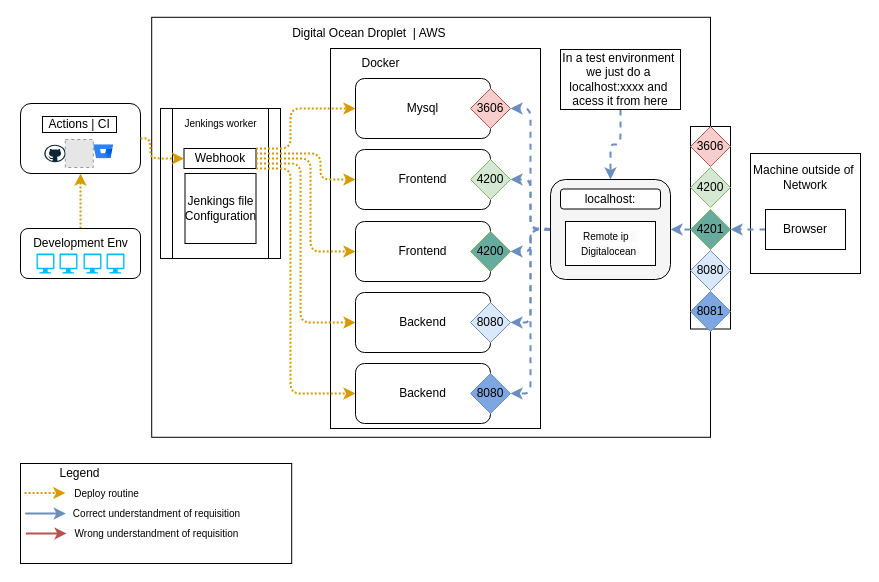
Above: teste.drawio in ArturArtimonte/diagrans (draw.io), before the change. Source tidied: cells renumbered, new cells numbered last; positions are measured from the earlier drawing's top-left corner, leaving out a move shared by most shapes. Both pictures are drawn from the tidied source at 100%, with x=0, y=0 at pixel (20, 17). Pictures stored in the file or linked from it are replaced by grey dashed boxes.
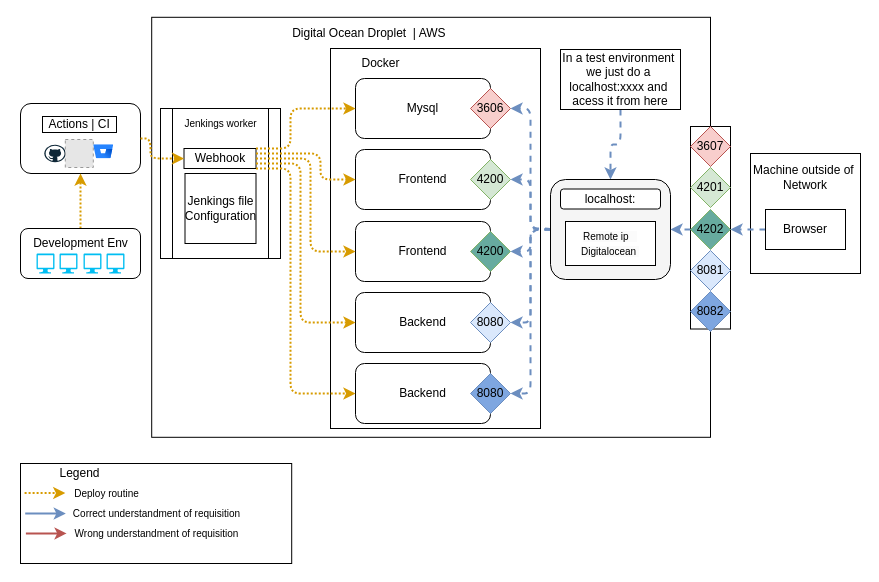
After the change.

Change to the diagram source:
```diff
@@
-    <mxCell id="60" value="3606" style="rhombus;whiteSpace=wrap;html=1;fillColor=#f8cecc;strokeColor=#b85450;" parent="1" vertex="1">
+    <mxCell id="60" value="3607" style="rhombus;whiteSpace=wrap;html=1;fillColor=#f8cecc;strokeColor=#b85450;" parent="1" vertex="1">
       <mxGeometry x="670" y="109" width="40" height="40" as="geometry" />
     </mxCell>
-    <mxCell id="61" value="4200" style="rhombus;whiteSpace=wrap;html=1;fillColor=#d5e8d4;strokeColor=#82b366;" parent="1" vertex="1">
+    <mxCell id="61" value="4201" style="rhombus;whiteSpace=wrap;html=1;fillColor=#d5e8d4;strokeColor=#82b366;" parent="1" vertex="1">
       <mxGeometry x="670" y="150" width="40" height="40" as="geometry" />
     </mxCell>
-    <mxCell id="62" value="8080" style="rhombus;whiteSpace=wrap;html=1;fillColor=#dae8fc;strokeColor=#6c8ebf;" parent="1" vertex="1">
+    <mxCell id="62" value="8081" style="rhombus;whiteSpace=wrap;html=1;fillColor=#dae8fc;strokeColor=#6c8ebf;" parent="1" vertex="1">
       <mxGeometry x="670" y="233" width="40" height="40" as="geometry" />
     </mxCell>
-    <mxCell id="63" value="8081" style="rhombus;whiteSpace=wrap;html=1;fillColor=#7EA6E0;strokeColor=#6c8ebf;" parent="1" vertex="1">
+    <mxCell id="63" value="8082" style="rhombus;whiteSpace=wrap;html=1;fillColor=#7EA6E0;strokeColor=#6c8ebf;" parent="1" vertex="1">
       <mxGeometry x="670" y="274" width="40" height="40" as="geometry" />
     </mxCell>
@@
-    <mxCell id="65" value="4201" style="rhombus;whiteSpace=wrap;html=1;fillColor=#67AB9F;strokeColor=#82b366;" parent="1" vertex="1">
+    <mxCell id="65" value="4202" style="rhombus;whiteSpace=wrap;html=1;fillColor=#67AB9F;strokeColor=#82b366;" parent="1" vertex="1">
       <mxGeometry x="670" y="192" width="40" height="40" as="geometry" />
     </mxCell>
```
